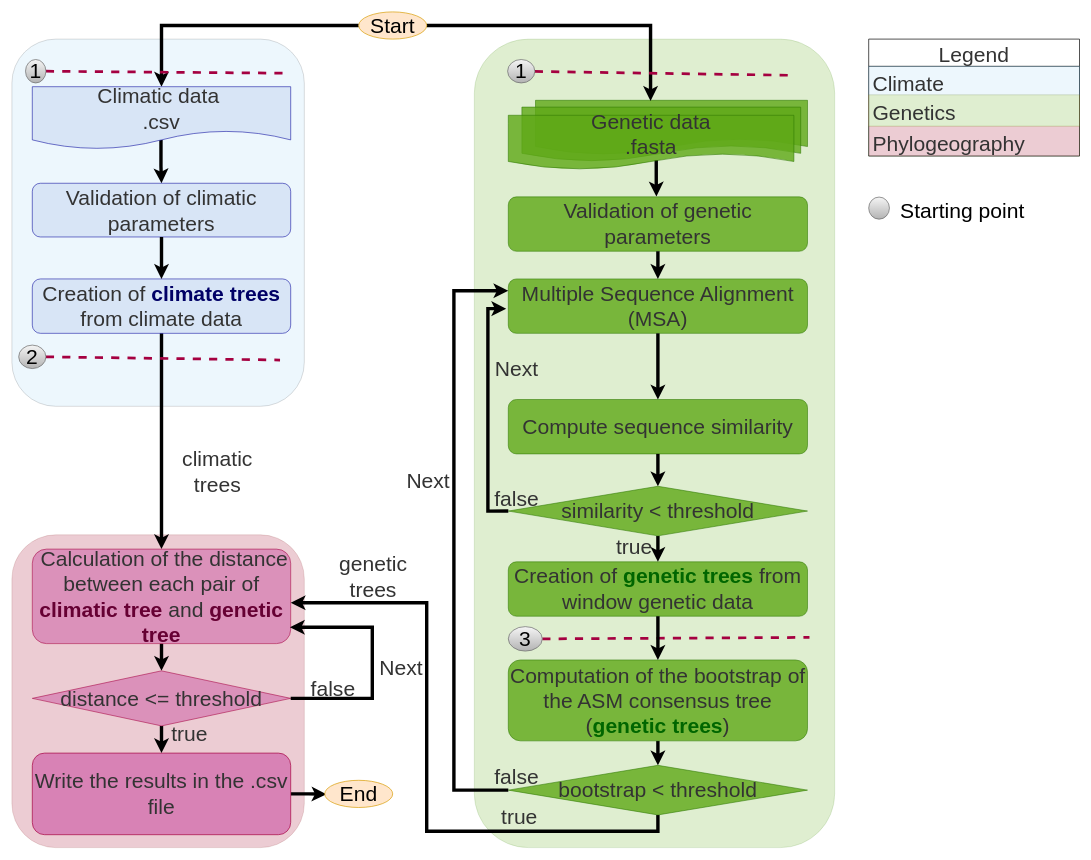
Before: page "Copy of JOSS workflow english" (1 of 23) of img/figure.drawio in tahiri-lab/aPhyloGeo, a draw.io diagram. Source tidied: cells renumbered, new cells numbered last; positions are measured from the earlier drawing's top-left corner, leaving out a move shared by most shapes. Both pictures are drawn from the tidied source at 68%, with x=0, y=0 at pixel (12, 12).
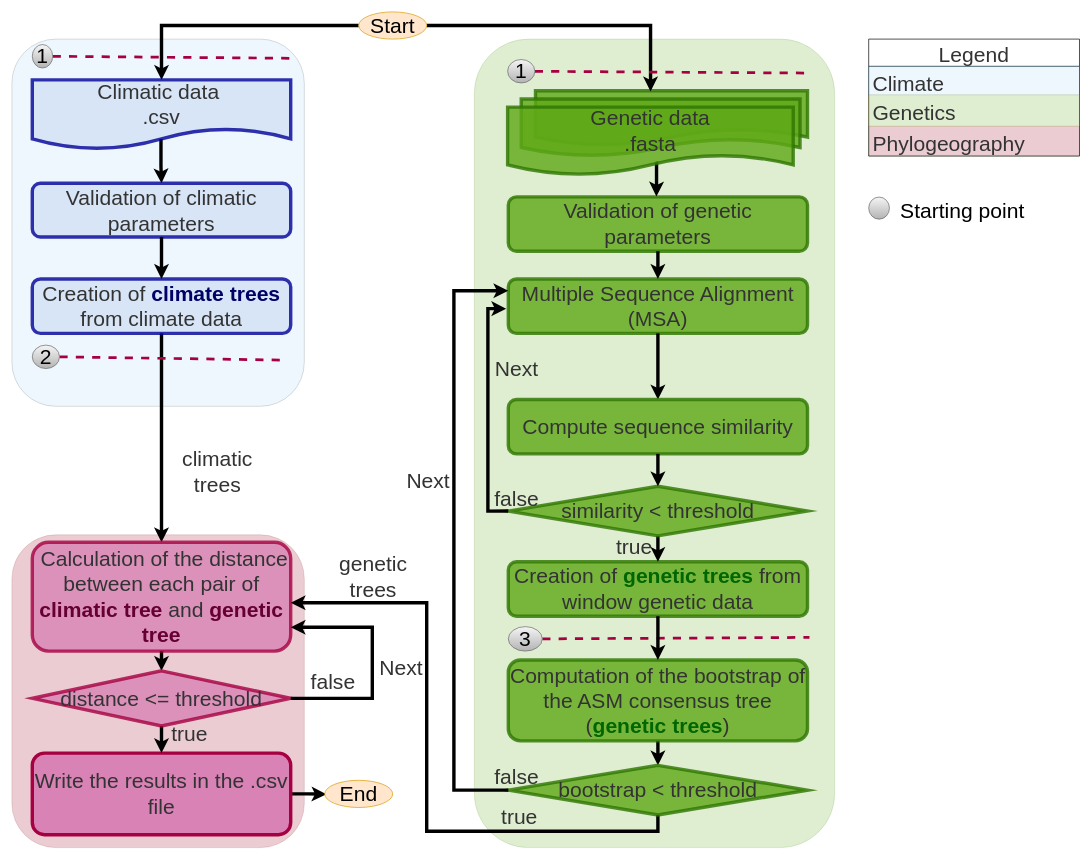
Above is the later version.

Unchanged cells that the change refers to:
```xml
<mxCell id="2" style="rounded=1;whiteSpace=wrap;html=1;fontFamily=Helvetica;fontSize=31;fillColor=#60a917;opacity=20;strokeColor=#2D7600;fontColor=#333333;" parent="1" vertex="1">
  <mxGeometry x="680" y="40" width="530" height="1189" as="geometry" />
</mxCell>
<mxCell id="5" style="rounded=1;whiteSpace=wrap;html=1;fontFamily=Helvetica;fontSize=31;fillColor=#A7D8F5;opacity=20;fontColor=#333333;" parent="1" vertex="1">
  <mxGeometry y="40" width="430" height="540" as="geometry" />
</mxCell>
<mxCell id="47" value="&lt;font style=&quot;font-size: 31px;&quot;&gt;1&lt;/font&gt;" style="ellipse;whiteSpace=wrap;html=1;fillColor=#f5f5f5;strokeColor=#666666;gradientColor=#b3b3b3;fontSize=31;" parent="1" vertex="1">
  <mxGeometry x="729" y="70" width="40" height="34.5" as="geometry" />
</mxCell>
```

Diff of the diagram source:
```diff
@@
-    <mxCell id="3" style="shape=document;whiteSpace=wrap;html=1;boundedLbl=1;fillColor=#60A917;strokeColor=#2D7600;opacity=80;fontSize=31;" parent="1" vertex="1">
-      <mxGeometry x="770" y="130" width="400" height="80" as="geometry" />
+    <mxCell id="3" style="shape=document;whiteSpace=wrap;html=1;boundedLbl=1;fillColor=#60A917;strokeColor=#2D7600;opacity=80;fontSize=31;strokeWidth=5;" parent="1" vertex="1">
+      <mxGeometry x="770" y="116" width="400" height="80" as="geometry" />
     </mxCell>
-    <mxCell id="4" style="shape=document;whiteSpace=wrap;html=1;boundedLbl=1;fillColor=#60A917;strokeColor=#2D7600;opacity=80;fontSize=31;" parent="1" vertex="1">
-      <mxGeometry x="750" y="140" width="410" height="80" as="geometry" />
+    <mxCell id="4" style="shape=document;whiteSpace=wrap;html=1;boundedLbl=1;fillColor=#60A917;strokeColor=#2D7600;opacity=80;fontSize=31;strokeWidth=5;" parent="1" vertex="1">
+      <mxGeometry x="749" y="128" width="410" height="84" as="geometry" />
     </mxCell>
@@
-    <mxCell id="8" value="&lt;font style=&quot;font-size: 31px;&quot;&gt;Validation of climatic parameters&lt;/font&gt;" style="rounded=1;whiteSpace=wrap;html=1;strokeColor=#000099;fontColor=#333333;fillColor=#D4E1F5;fontSize=31;opacity=80;" parent="1" vertex="1">
+    <mxCell id="8" value="&lt;font style=&quot;font-size: 31px;&quot;&gt;Validation of climatic parameters&lt;/font&gt;" style="rounded=1;whiteSpace=wrap;html=1;strokeColor=#000099;fontColor=#333333;fillColor=#D4E1F5;fontSize=31;opacity=80;strokeWidth=5;" parent="1" vertex="1">
       <mxGeometry x="30" y="252" width="380" height="79" as="geometry" />
     </mxCell>
@@
-    <mxCell id="10" value="Creation of &lt;font color=&quot;#000066&quot; style=&quot;font-size: 31px;&quot;&gt;&lt;b style=&quot;font-size: 31px;&quot;&gt;climate trees&lt;/b&gt;&lt;/font&gt; from climate data" style="rounded=1;whiteSpace=wrap;html=1;strokeColor=#000099;fontColor=#333333;fillColor=#D4E1F5;fontSize=31;opacity=80;" parent="1" vertex="1">
+    <mxCell id="10" value="Creation of &lt;font color=&quot;#000066&quot; style=&quot;font-size: 31px;&quot;&gt;&lt;b style=&quot;font-size: 31px;&quot;&gt;climate trees&lt;/b&gt;&lt;/font&gt; from climate data" style="rounded=1;whiteSpace=wrap;html=1;strokeColor=#000099;fontColor=#333333;fillColor=#D4E1F5;fontSize=31;opacity=80;strokeWidth=5;" parent="1" vertex="1">
       <mxGeometry x="30" y="392.7" width="380" height="80" as="geometry" />
     </mxCell>
-    <mxCell id="11" value="Validation of genetic parameters" style="rounded=1;whiteSpace=wrap;html=1;fillColor=#60a917;strokeColor=#2D7600;fontColor=#333333;fontSize=31;opacity=80;" parent="1" vertex="1">
+    <mxCell id="11" value="Validation of genetic parameters" style="rounded=1;whiteSpace=wrap;html=1;fillColor=#60a917;strokeColor=#2D7600;fontColor=#333333;fontSize=31;opacity=80;strokeWidth=5;" parent="1" vertex="1">
       <mxGeometry x="730" y="272" width="440" height="80" as="geometry" />
     </mxCell>
@@
-    <mxCell id="13" value="Computation of the bootstrap of the ASM consensus tree (&lt;font color=&quot;#006600&quot; style=&quot;font-size: 31px;&quot;&gt;&lt;b style=&quot;font-size: 31px;&quot;&gt;genetic trees&lt;/b&gt;&lt;/font&gt;)" style="rounded=1;whiteSpace=wrap;html=1;fillColor=#60a917;strokeColor=#2D7600;fontColor=#333333;fontSize=31;opacity=80;" parent="1" vertex="1">
+    <mxCell id="13" value="Computation of the bootstrap of the ASM consensus tree (&lt;font color=&quot;#006600&quot; style=&quot;font-size: 31px;&quot;&gt;&lt;b style=&quot;font-size: 31px;&quot;&gt;genetic trees&lt;/b&gt;&lt;/font&gt;)" style="rounded=1;whiteSpace=wrap;html=1;fillColor=#60a917;strokeColor=#2D7600;fontColor=#333333;fontSize=31;opacity=80;strokeWidth=5;" parent="1" vertex="1">
       <mxGeometry x="730" y="953" width="440" height="119" as="geometry" />
     </mxCell>
@@
-    <mxCell id="15" value="&lt;span style=&quot;font-size: 31px;&quot;&gt;&amp;nbsp;&lt;/span&gt;Calculation of the distance between each pair of &lt;font color=&quot;#660033&quot; style=&quot;font-size: 31px;&quot;&gt;&lt;b style=&quot;font-size: 31px;&quot;&gt;climatic tree&lt;/b&gt;&lt;/font&gt; and &lt;font color=&quot;#660033&quot; style=&quot;font-size: 31px;&quot;&gt;&lt;b style=&quot;font-size: 31px;&quot;&gt;genetic tree&lt;/b&gt;&lt;/font&gt;" style="rounded=1;whiteSpace=wrap;html=1;strokeColor=#A50040;fontColor=#333333;fillColor=#D882B5;fontSize=31;opacity=80;" parent="1" vertex="1">
-      <mxGeometry x="30" y="790" width="380" height="139" as="geometry" />
+    <mxCell id="15" value="&lt;span style=&quot;font-size: 31px;&quot;&gt;&amp;nbsp;&lt;/span&gt;Calculation of the distance between each pair of &lt;font color=&quot;#660033&quot; style=&quot;font-size: 31px;&quot;&gt;&lt;b style=&quot;font-size: 31px;&quot;&gt;climatic tree&lt;/b&gt;&lt;/font&gt; and &lt;font color=&quot;#660033&quot; style=&quot;font-size: 31px;&quot;&gt;&lt;b style=&quot;font-size: 31px;&quot;&gt;genetic tree&lt;/b&gt;&lt;/font&gt;" style="rounded=1;whiteSpace=wrap;html=1;strokeColor=#A50040;fontColor=#333333;fillColor=#D882B5;fontSize=31;opacity=80;strokeWidth=5;" parent="1" vertex="1">
+      <mxGeometry x="30" y="780" width="380" height="160" as="geometry" />
     </mxCell>
@@
-    <mxCell id="17" value="Write the results in the .csv file" style="rounded=1;whiteSpace=wrap;html=1;strokeColor=#A50040;fontColor=#333333;fillColor=#D882B5;fontSize=31;" parent="1" vertex="1">
+    <mxCell id="17" value="Write the results in the .csv file" style="rounded=1;whiteSpace=wrap;html=1;strokeColor=#A50040;fontColor=#333333;fillColor=#D882B5;fontSize=31;strokeWidth=5;" parent="1" vertex="1">
       <mxGeometry x="30" y="1090" width="380" height="120" as="geometry" />
     </mxCell>
@@
-    <mxCell id="21" value="bootstrap &amp;lt; threshold" style="rhombus;whiteSpace=wrap;html=1;fontFamily=Helvetica;fontSize=31;fillColor=#60a917;strokeColor=#2D7600;fontColor=#333333;opacity=80;" parent="1" vertex="1">
+    <mxCell id="21" value="bootstrap &amp;lt; threshold" style="rhombus;whiteSpace=wrap;html=1;fontFamily=Helvetica;fontSize=31;fillColor=#60a917;strokeColor=#2D7600;fontColor=#333333;opacity=80;strokeWidth=5;" parent="1" vertex="1">
       <mxGeometry x="730" y="1108" width="440" height="72.9" as="geometry" />
     </mxCell>
-    <mxCell id="22" value="Multiple Sequence Alignment (MSA)" style="rounded=1;whiteSpace=wrap;html=1;fillColor=#60a917;strokeColor=#2D7600;fontColor=#333333;fontSize=31;opacity=80;" parent="1" vertex="1">
+    <mxCell id="22" value="Multiple Sequence Alignment (MSA)" style="rounded=1;whiteSpace=wrap;html=1;fillColor=#60a917;strokeColor=#2D7600;fontColor=#333333;fontSize=31;opacity=80;strokeWidth=5;" parent="1" vertex="1">
       <mxGeometry x="730" y="392.7" width="440" height="80" as="geometry" />
     </mxCell>
@@
-    <mxCell id="25" value="&lt;font style=&quot;font-size: 31px;&quot;&gt;distance&amp;nbsp;&amp;lt;=&amp;nbsp;threshold&lt;/font&gt;" style="rhombus;whiteSpace=wrap;html=1;fontFamily=Helvetica;fontSize=31;strokeColor=#A50040;fontColor=#333333;fillColor=#D882B5;opacity=80;" parent="1" vertex="1">
+    <mxCell id="25" value="&lt;font style=&quot;font-size: 31px;&quot;&gt;distance&amp;nbsp;&amp;lt;=&amp;nbsp;threshold&lt;/font&gt;" style="rhombus;whiteSpace=wrap;html=1;fontFamily=Helvetica;fontSize=31;strokeColor=#A50040;fontColor=#333333;fillColor=#D882B5;opacity=80;strokeWidth=5;" parent="1" vertex="1">
       <mxGeometry x="30" y="969" width="380" height="81" as="geometry" />
     </mxCell>
@@
-    <mxCell id="28" value="&lt;font color=&quot;#333333&quot; style=&quot;font-size: 31px;&quot;&gt;&lt;span style=&quot;font-size: 31px;&quot;&gt;Genetic data &lt;br style=&quot;font-size: 31px;&quot;&gt;.fasta&lt;/span&gt;&lt;/font&gt;" style="shape=document;whiteSpace=wrap;html=1;boundedLbl=1;fillColor=#60A917;strokeColor=#2D7600;opacity=80;fontSize=31;" parent="1" vertex="1">
-      <mxGeometry x="730" y="152" width="420" height="80" as="geometry" />
+    <mxCell id="28" value="&lt;font color=&quot;#333333&quot; style=&quot;font-size: 31px;&quot;&gt;&lt;span style=&quot;font-size: 31px;&quot;&gt;Genetic data &lt;br style=&quot;font-size: 31px;&quot;&gt;.fasta&lt;/span&gt;&lt;/font&gt;" style="shape=document;whiteSpace=wrap;html=1;boundedLbl=1;fillColor=#60A917;strokeColor=#2D7600;opacity=80;fontSize=31;strokeWidth=5;" parent="1" vertex="1">
+      <mxGeometry x="729" y="140" width="420" height="100" as="geometry" />
     </mxCell>
@@
-    <mxCell id="31" value="&lt;font color=&quot;#333333&quot; style=&quot;font-size: 31px;&quot;&gt;&lt;span style=&quot;font-size: 31px;&quot;&gt;Climatic data&amp;nbsp;&lt;br style=&quot;font-size: 31px;&quot;&gt;.csv&lt;/span&gt;&lt;/font&gt;" style="shape=document;whiteSpace=wrap;html=1;boundedLbl=1;fillColor=#D4E1F5;strokeColor=#000099;opacity=80;fontSize=31;" parent="1" vertex="1">
-      <mxGeometry x="30" y="110" width="380" height="92" as="geometry" />
+    <mxCell id="31" value="&lt;font color=&quot;#333333&quot; style=&quot;font-size: 31px;&quot;&gt;&lt;span style=&quot;font-size: 31px;&quot;&gt;Climatic data&amp;nbsp;&lt;br style=&quot;font-size: 31px;&quot;&gt;.csv&lt;/span&gt;&lt;/font&gt;" style="shape=document;whiteSpace=wrap;html=1;boundedLbl=1;fillColor=#D4E1F5;strokeColor=#000099;opacity=80;fontSize=31;strokeWidth=5;" parent="1" vertex="1">
+      <mxGeometry x="30" y="100" width="380" height="102" as="geometry" />
     </mxCell>
@@
-    <mxCell id="35" style="edgeStyle=orthogonalEdgeStyle;rounded=0;jettySize=auto;html=1;entryX=0.997;entryY=0.827;entryDx=0;entryDy=0;entryPerimeter=0;fontSize=31;exitX=1;exitY=0.5;exitDx=0;exitDy=0;strokeWidth=5;" parent="1" edge="1" source="25" target="15">
+    <mxCell id="35" style="edgeStyle=orthogonalEdgeStyle;rounded=0;jettySize=auto;html=1;fontSize=31;exitX=1;exitY=0.5;exitDx=0;exitDy=0;strokeWidth=5;" parent="1" edge="1" source="25" target="15">
       <mxGeometry relative="1" as="geometry">
         <Array as="points">
           <mxPoint x="530" y="1010" />
           <mxPoint x="530" y="905" />
         </Array>
       </mxGeometry>
     </mxCell>
     <mxCell id="36" value="false" style="edgeLabel;html=1;align=center;verticalAlign=middle;fontSize=31;labelBackgroundColor=none;rotation=0;fontColor=#333333;" parent="1" vertex="1">
-      <mxGeometry x="380" y="1040" as="geometry">
+      <mxGeometry x="380" y="1030" as="geometry">
         <mxPoint x="91" y="-46" as="offset" />
       </mxGeometry>
     </mxCell>
@@
-    <mxCell id="41" style="endArrow=none;dashed=1;html=1;rounded=0;strokeWidth=4;fillColor=#d80073;strokeColor=#A50040;fontSize=31;exitX=1;exitY=0.5;exitDx=0;exitDy=0;entryX=0.953;entryY=0.093;entryDx=0;entryDy=0;entryPerimeter=0;" parent="1" edge="1" source="45" target="5">
-      <mxGeometry relative="1" as="geometry" />
+    <mxCell id="41" style="endArrow=none;dashed=1;html=1;rounded=0;strokeWidth=4;fillColor=#d80073;strokeColor=#A50040;fontSize=31;exitX=1;exitY=0.5;exitDx=0;exitDy=0;entryX=0.953;entryY=0.093;entryDx=0;entryDy=0;entryPerimeter=0;" parent="1" edge="1">
+      <mxGeometry relative="1" as="geometry">
+        <mxPoint x="60" y="65.3" as="sourcePoint" />
+        <mxPoint x="409.8" y="68.2" as="targetPoint" />
+      </mxGeometry>
     </mxCell>
@@
-    <mxCell id="43" style="endArrow=none;dashed=1;html=1;rounded=0;strokeWidth=4;fillColor=#d80073;strokeColor=#A50040;fontSize=31;entryX=0.884;entryY=0.044;entryDx=0;entryDy=0;entryPerimeter=0;" parent="1" edge="1" source="47">
-      <mxGeometry relative="1" as="geometry">
-        <mxPoint x="1150" y="93.3" as="targetPoint" />
-      </mxGeometry>
+    <mxCell id="43" style="endArrow=none;dashed=1;html=1;rounded=0;strokeWidth=4;fillColor=#d80073;strokeColor=#A50040;fontSize=31;entryX=0.925;entryY=0.042;entryDx=0;entryDy=0;entryPerimeter=0;" parent="1" edge="1" source="47" target="2">
+      <mxGeometry relative="1" as="geometry" />
     </mxCell>
@@
     <mxCell id="45" value="&lt;font style=&quot;font-size: 31px;&quot;&gt;1&lt;/font&gt;" style="ellipse;whiteSpace=wrap;html=1;fillColor=#f5f5f5;strokeColor=#666666;gradientColor=#b3b3b3;fontSize=31;" parent="1" vertex="1">
-      <mxGeometry x="20" y="70" width="30" height="34.5" as="geometry" />
+      <mxGeometry x="30" y="48" width="30" height="34.5" as="geometry" />
     </mxCell>
     <mxCell id="46" value="&lt;font style=&quot;font-size: 31px;&quot;&gt;2&lt;/font&gt;" style="ellipse;whiteSpace=wrap;html=1;fillColor=#f5f5f5;strokeColor=#666666;gradientColor=#b3b3b3;fontSize=31;" parent="1" vertex="1">
-      <mxGeometry x="10" y="490" width="40" height="34.5" as="geometry" />
+      <mxGeometry x="30" y="490" width="40" height="34.5" as="geometry" />
     </mxCell>
@@
-    <mxCell id="49" value="Creation of&amp;nbsp;&lt;font style=&quot;border-color: var(--border-color); font-size: 31px;&quot; color=&quot;#006600&quot;&gt;&lt;b style=&quot;border-color: var(--border-color); font-size: 31px;&quot;&gt;genetic trees&lt;/b&gt;&lt;/font&gt;&amp;nbsp;from window genetic data" style="rounded=1;whiteSpace=wrap;html=1;fillColor=#60a917;strokeColor=#2D7600;fontColor=#333333;fontSize=31;opacity=80;" parent="1" vertex="1">
+    <mxCell id="49" value="Creation of&amp;nbsp;&lt;font style=&quot;border-color: var(--border-color); font-size: 31px;&quot; color=&quot;#006600&quot;&gt;&lt;b style=&quot;border-color: var(--border-color); font-size: 31px;&quot;&gt;genetic trees&lt;/b&gt;&lt;/font&gt;&amp;nbsp;from window genetic data" style="rounded=1;whiteSpace=wrap;html=1;fillColor=#60a917;strokeColor=#2D7600;fontColor=#333333;fontSize=31;opacity=80;strokeWidth=5;" parent="1" vertex="1">
       <mxGeometry x="730" y="808.7" width="440" height="80" as="geometry" />
     </mxCell>
@@
-    <mxCell id="52" value="Compute sequence similarity" style="rounded=1;whiteSpace=wrap;html=1;fillColor=#60a917;strokeColor=#2D7600;fontColor=#333333;fontSize=31;opacity=80;" parent="1" vertex="1">
+    <mxCell id="52" value="Compute sequence similarity" style="rounded=1;whiteSpace=wrap;html=1;fillColor=#60a917;strokeColor=#2D7600;fontColor=#333333;fontSize=31;opacity=80;strokeWidth=5;" parent="1" vertex="1">
       <mxGeometry x="730" y="570" width="440" height="80" as="geometry" />
     </mxCell>
-    <mxCell id="53" value="similarity &amp;lt; threshold" style="rhombus;whiteSpace=wrap;html=1;fontFamily=Helvetica;fontSize=31;fillColor=#60a917;strokeColor=#2D7600;fontColor=#333333;opacity=80;" parent="1" vertex="1">
+    <mxCell id="53" value="similarity &amp;lt; threshold" style="rhombus;whiteSpace=wrap;html=1;fontFamily=Helvetica;fontSize=31;fillColor=#60a917;strokeColor=#2D7600;fontColor=#333333;opacity=80;strokeWidth=5;" parent="1" vertex="1">
       <mxGeometry x="730" y="697.6" width="440" height="72.9" as="geometry" />
     </mxCell>
```
